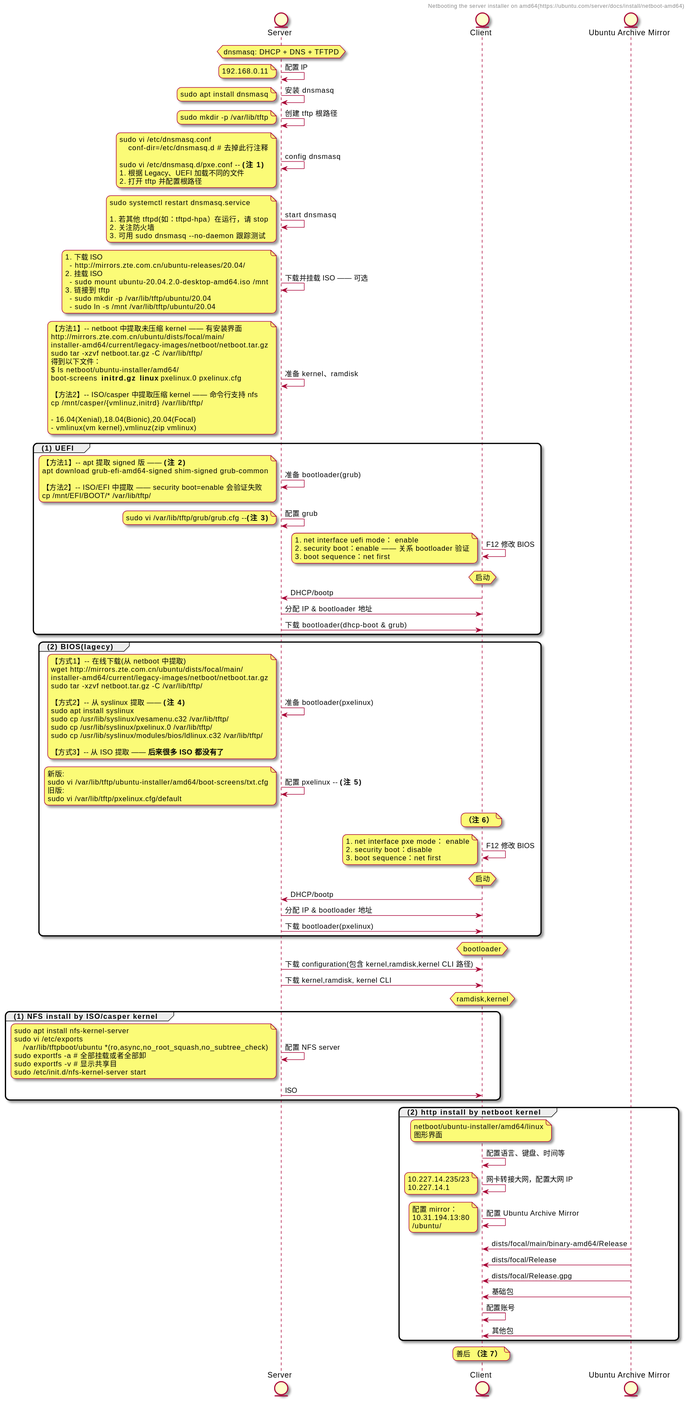
Earlier version of the PlantUML export images/posts/2021-08-21-ubuntu.uefi.net.install/net.install.svg (wkevin/wkevin.github.io).
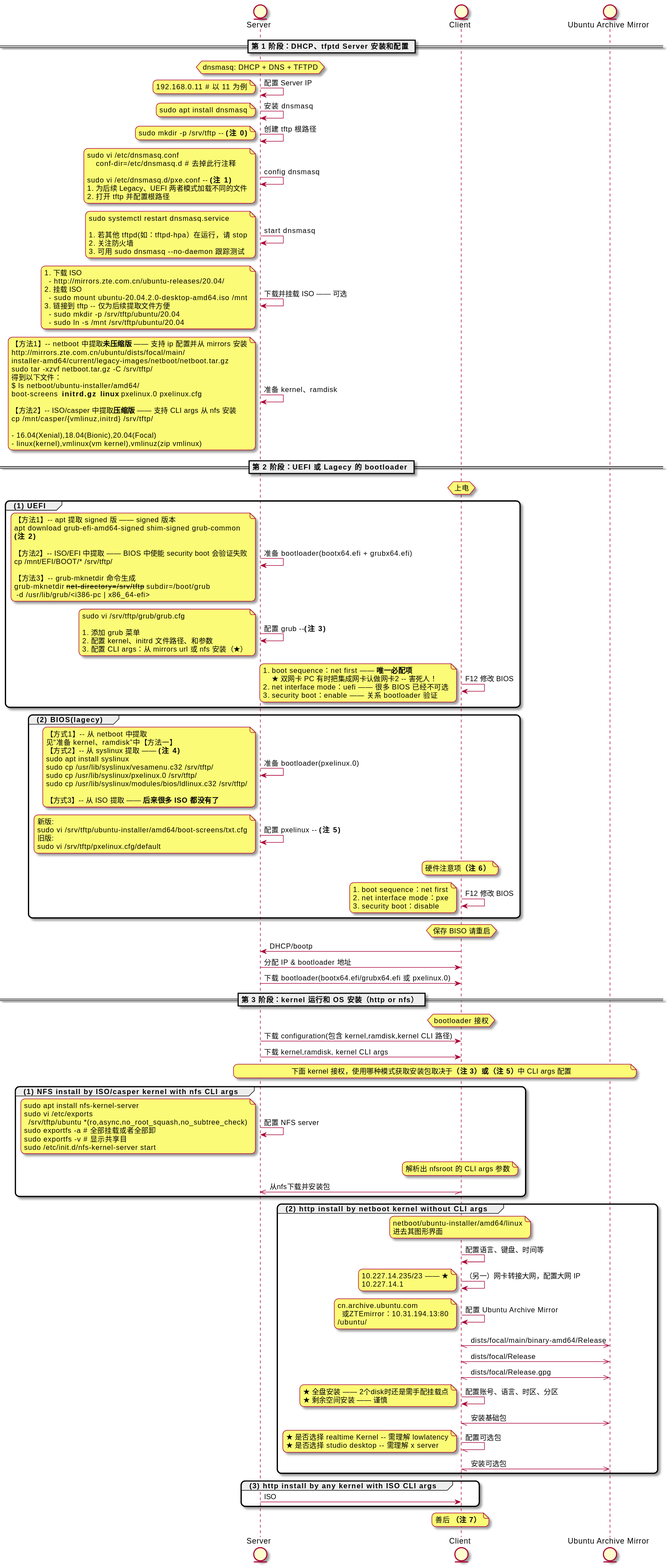
The same file after the commit.

Change to the diagram source:
```diff
@@ -1,17 +1,17 @@
 @startuml
 skinparam roundCorner 15
-
-header:Netbooting the server installer on amd64(https://ubuntu.com/server/docs/install/netboot-amd64)
 
 entity Server as s
 entity Client as c
 entity "Ubuntu Archive Mirror" as u
 
+== 第 1 阶段：DHCP、tfptd Server 安装和配置 ==
+
 hnote over s:dnsmasq: DHCP + DNS + TFTPD
 
-s->s:配置 IP
+s->s:配置 Server IP
 note left
-192.168.0.11
+192.168.0.11 # 以 11 为例
 end note
 
 s->s:安装 dnsmasq
@@ -21,7 +21,7 @@
 
 s->s:创建 tftp 根路径
 note left
-sudo mkdir -p /var/lib/tftp
+sudo mkdir -p /srv/tftp -- **(注 0)**
 end note
 
 s -> s: config dnsmasq
@@ -30,7 +30,7 @@
     conf-dir=/etc/dnsmasq.d # 去掉此行注释
 
 sudo vi /etc/dnsmasq.d/pxe.conf -- **(注 1)**
-# 根据 Legacy、UEFI 加载不同的文件
+# 为后续 Legacy、UEFI 两者模式加载不同的文件
 # 打开 tftp 并配置根路径
 end note
 
@@ -49,79 +49,79 @@
   - http://mirrors.zte.com.cn/ubuntu-releases/20.04/
 # 挂载 ISO
   - sudo mount ubuntu-20.04.2.0-desktop-amd64.iso /mnt
-# 链接到 tftp
-  - sudo mkdir -p /var/lib/tftp/ubuntu/20.04
-  - sudo ln -s /mnt /var/lib/tftp/ubuntu/20.04
+# 链接到 tftp -- 仅为后续提取文件方便
+  - sudo mkdir -p /srv/tftp/ubuntu/20.04
+  - sudo ln -s /mnt /srv/tftp/ubuntu/20.04
 end note
 
 s->s:准备 kernel、ramdisk
 note left
-【方法1】-- netboot 中提取未压缩 kernel —— 有安装界面
+【方法1】-- netboot 中提取**未压缩版** —— 支持 ip 配置并从 mirrors 安装
 http://mirrors.zte.com.cn/ubuntu/dists/focal/main/
 installer-amd64/current/legacy-images/netboot/netboot.tar.gz
-sudo tar -xzvf netboot.tar.gz -C /var/lib/tftp/
+sudo tar -xzvf netboot.tar.gz -C /srv/tftp/
 得到以下文件：
 $ ls netboot/ubuntu-installer/amd64/
 boot-screens  **initrd.gz**  **linux** pxelinux.0  pxelinux.cfg
 
-【方法2】-- ISO/casper 中提取压缩 kernel —— 命令行支持 nfs
-cp /mnt/casper/{vmlinuz,initrd} /var/lib/tftp/
+【方法2】-- ISO/casper 中提取**压缩版** —— 支持 CLI args 从 nfs 安装
+cp /mnt/casper/{vmlinuz,initrd} /srv/tftp/
 
 - 16.04(Xenial),18.04(Bionic),20.04(Focal)
-- vmlinux(vm kernel),vmlinuz(zip vmlinux)
+- linux(kernel),vmlinux(vm kernel),vmlinuz(zip vmlinux)
 end note
 
 
-
-
+== 第 2 阶段：UEFI 或 Lagecy 的 bootloader ==
+hnote over c:上电
 
 group (1) UEFI
 
-s->s:准备 bootloader(grub)
+s->s:准备 bootloader(bootx64.efi + grubx64.efi)
 note left
-【方法1】-- apt 提取 signed 版 —— **(注 2)**
+【方法1】-- apt 提取 signed 版 —— signed 版本
 apt download grub-efi-amd64-signed shim-signed grub-common
+**(注 2)**
 
-【方法2】-- ISO/EFI 中提取 —— security boot=enable 会验证失败
-cp /mnt/EFI/BOOT/* /var/lib/tftp/
+【方法2】-- ISO/EFI 中提取 —— BIOS 中使能 security boot 会验证失败
+cp /mnt/EFI/BOOT/* /srv/tftp/
+
+【方法3】-- grub-mknetdir 命令生成
+grub-mknetdir --net-directory=/srv/tftp --subdir=/boot/grub
+ -d /usr/lib/grub/<i386-pc | x86_64-efi>
 end note
 
-s->s:配置 grub
+s->s:配置 grub --**(注 3)**
 note left
-sudo vi /var/lib/tftp/grub/grub.cfg --**(注 3)**
+sudo vi /srv/tftp/grub/grub.cfg
+
+# 添加 grub 菜单
+# 配置 kernel、initrd 文件路径、和参数
+# 配置 CLI args：从 mirrors url 或 nfs 安装（**★**）
 end note
 
 c->c:F12 修改 BIOS
 note left
-# net interface uefi mode： enable
+# boot sequence：net first —— **唯一必配项**
+    **★** 双网卡 PC 有时把集成网卡认做网卡2 -- 害死人！
+# net interface mode：uefi —— 很多 BIOS 已经不可选
 # security boot：enable —— 关系 bootloader 验证
-# boot sequence：net first
 end note
 
-hnote over c:启动
-c->s:DHCP/bootp
-s->c:分配 IP & bootloader 地址
-s->c:下载 bootloader(dhcp-boot & grub)
 end
-
-
-
 
 
 group (2) BIOS(lagecy)
 
-s->s:准备 bootloader(pxelinux)
+s->s:准备 bootloader(pxelinux.0)
 note left
-【方式1】-- 在线下载(从 netboot 中提取)
-wget http://mirrors.zte.com.cn/ubuntu/dists/focal/main/
-installer-amd64/current/legacy-images/netboot/netboot.tar.gz
-sudo tar -xzvf netboot.tar.gz -C /var/lib/tftp/
-
+【方式1】-- 从 netboot 中提取
+见“准备 kernel、ramdisk”中【方法一】
 【方式2】-- 从 syslinux 提取 —— **(注 4)**
 sudo apt install syslinux
-sudo cp /usr/lib/syslinux/vesamenu.c32 /var/lib/tftp/
-sudo cp /usr/lib/syslinux/pxelinux.0 /var/lib/tftp/
-sudo cp /usr/lib/syslinux/modules/bios/ldlinux.c32 /var/lib/tftp/
+sudo cp /usr/lib/syslinux/vesamenu.c32 /srv/tftp/
+sudo cp /usr/lib/syslinux/pxelinux.0 /srv/tftp/
+sudo cp /usr/lib/syslinux/modules/bios/ldlinux.c32 /srv/tftp/
 
 【方式3】-- 从 ISO 提取 —— **后来很多 ISO 都没有了**
 end note
@@ -129,66 +129,85 @@
 s->s:配置 pxelinux -- **(注 5)**
 note left
 新版:
-sudo vi /var/lib/tftp/ubuntu-installer/amd64/boot-screens/txt.cfg
+sudo vi /srv/tftp/ubuntu-installer/amd64/boot-screens/txt.cfg
 旧版:
-sudo vi /var/lib/tftp/pxelinux.cfg/default
+sudo vi /srv/tftp/pxelinux.cfg/default
 end note
 
-note over c:**（注 6）**
+note over c:硬件注意项**（注 6）**
 c->c:F12 修改 BIOS
 note left
-# net interface pxe mode： enable
+# boot sequence：net first
+# net interface mode：pxe
 # security boot：disable
-# boot sequence：net first
 end note
 
-hnote over c:启动
-c->s:DHCP/bootp
-s->c:分配 IP & bootloader 地址
-
-s->c:下载 bootloader(pxelinux)
 end
 
 
+hnote over c:保存 BISO 请重启
+c->s:DHCP/bootp
+s->c:分配 IP & bootloader 地址
+s->c:下载 bootloader(bootx64.efi/grubx64.efi 或 pxelinux.0)
 
+== 第 3 阶段：kernel 运行和 OS 安装（http or nfs） ==
 
-hnote over c:bootloader
+hnote over c:bootloader 接权
 s->c:下载 configuration(包含 kernel,ramdisk,kernel CLI 路径)
-s->c:下载 kernel,ramdisk, kernel CLI
-hnote over c:ramdisk,kernel
-group (1) NFS install by ISO/casper kernel
+s->c:下载 kernel,ramdisk, kernel CLI args
 
+note over u,s:下面 kernel 接权，使用哪种模式获取安装包取决于**（注 3）或（注 5）**中 CLI args 配置
+
+group (1) NFS install by ISO/casper kernel with nfs CLI args
 s->s:配置 NFS server
 note left
 sudo apt install nfs-kernel-server
 sudo vi /etc/exports
-    /var/lib/tftpboot/ubuntu *(ro,async,no_root_squash,no_subtree_check)
+  /srv/tftp/ubuntu *(ro,async,no_root_squash,no_subtree_check)
 sudo exportfs -a # 全部挂载或者全部卸
 sudo exportfs -v # 显示共享目
 sudo /etc/init.d/nfs-kernel-server start
 end note
-s -> c : ISO
+
+note over c:解析出 nfsroot 的 CLI args 参数
+
+s\\-\c:从nfs下载并安装包
 end
-group (2) http install by netboot kernel
-note over c:netboot/ubuntu-installer/amd64/linux\n图形界面
+
+group (2) http install by netboot kernel without CLI args
+note over c:netboot/ubuntu-installer/amd64/linux\n进去其图形界面
 c->c:配置语言、键盘、时间等
-c->c:网卡转接大网，配置大网 IP
+c->c:（另一）网卡转接大网，配置大网 IP
 note left
-10.227.14.235/23
+10.227.14.235/23 —— **★**
 10.227.14.1
 end note
 c->c:配置 Ubuntu Archive Mirror
 note left
-配置 mirror：
-10.31.194.13:80
+cn.archive.ubuntu.com
+  或ZTEmirror：10.31.194.13:80
 /ubuntu/
 end note
-u->c:dists/focal/main/binary-amd64/Release
-u->c:dists/focal/Release
-u->c:dists/focal/Release.gpg
-u->c:基础包
-c->c:配置账号
-u->c:其他包
+u\\-\c:dists/focal/main/binary-amd64/Release
+u\\-\c:dists/focal/Release
+u\\-\c:dists/focal/Release.gpg
+c->c:配置账号、语言、时区、分区
+note left
+**★** 全盘安装 —— 2个disk时还是需手配挂载点
+**★** 剩余空间安装 —— 谨慎
+end note
+u\\-\c:安装基础包
+c\\-\c:配置可选包
+note left
+**★** 是否选择 realtime Kernel -- 需理解 lowlatency
+**★** 是否选择 studio desktop -- 需理解 x server
+end note
+u\\-\c:安装可选包
+end
+
+group (3) http install by any kernel with ISO CLI args
+s -> c : ISO
+
 end
 
 note over c:善后 **（注 7）**
```
